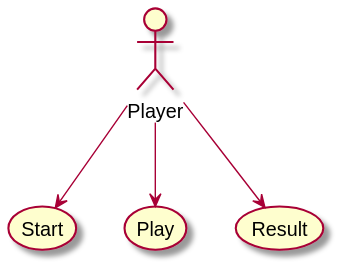
Above: build/docs/asciidoc/images/diagramaActoresCasosUso.svg in x-USantaTecla-game-ticTacToe/requirements (PlantUML), before the change.
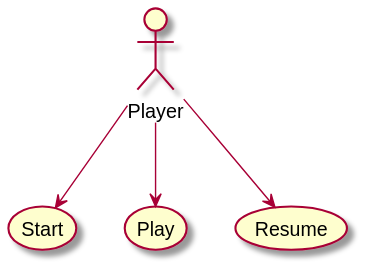
The same diagram one commit later.

Commit message:
Add Resume state

The edit, as a diff of the source:
```diff
@@ -3,10 +3,10 @@
 actor Player
 usecase Start
 usecase Play
-usecase Result
+usecase Resume
 
 Player --> Start
 Player --> Play
-Player --> Result
+Player --> Resume
 
 @enduml
```
